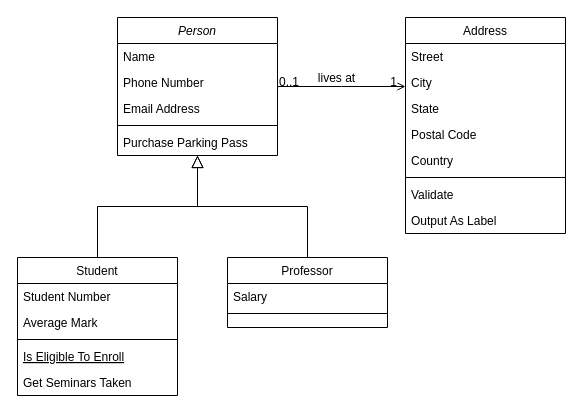
ashuftw/SS23-SSE keeps this draw.io diagram as assignment-I/minicad.drawio. Above is the earlier version. Source tidied: cells renumbered, new cells numbered last; positions are measured from the earlier drawing's top-left corner, leaving out a move shared by most shapes. Both pictures are drawn from the tidied source at 100%, with x=0, y=0 at pixel (17, 17).
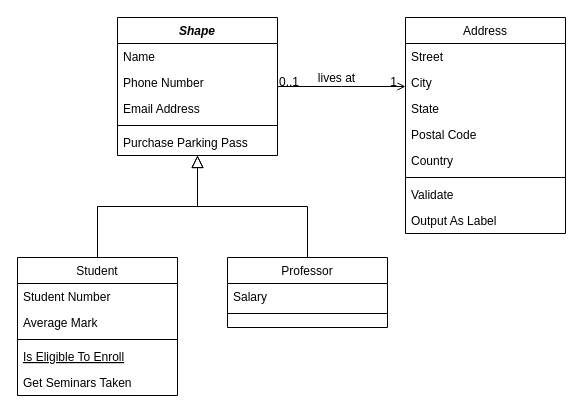
Above is the later version.

The edit, as a diff of the source:
```diff
@@
-    <mxCell id="2" value="Person" style="swimlane;fontStyle=2;align=center;verticalAlign=top;horizontal=1;startSize=26;rounded=0;shadow=0;strokeWidth=1;" parent="1" vertex="1">
+    <mxCell id="2" value="Shape" style="swimlane;fontStyle=3;align=center;verticalAlign=top;horizontal=1;startSize=26;rounded=0;shadow=0;strokeWidth=1;" parent="1" vertex="1">
       <mxGeometry x="100" width="160" height="138" as="geometry" />
     </mxCell>
```
